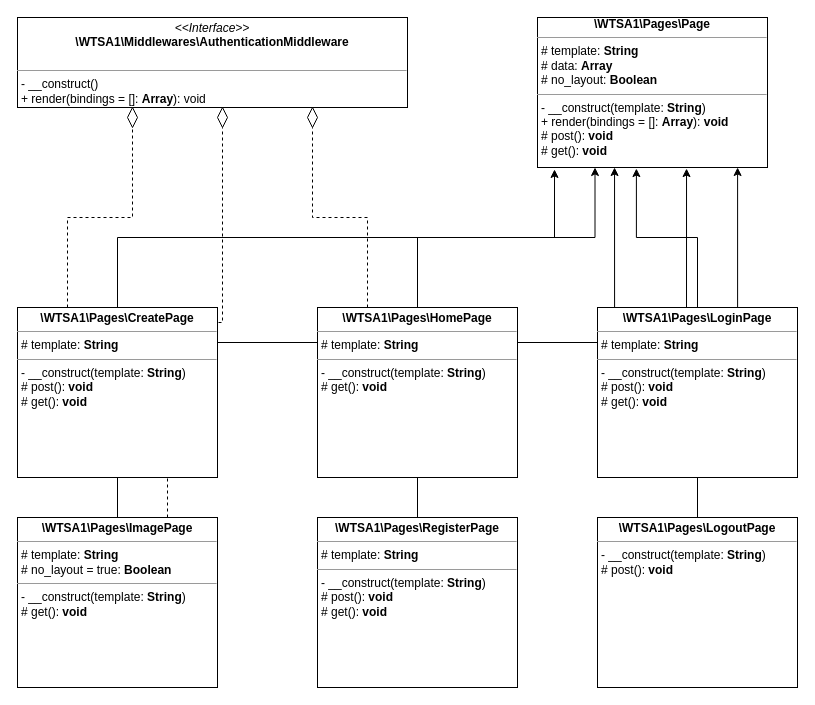
This is docs/assets/page_classes.drawio from IBZTI2018/TI3-WT-SA, a draw.io file, before an edit. Source tidied: cells renumbered, new cells numbered last; positions are measured from the earlier drawing's top-left corner, leaving out a move shared by most shapes. Both pictures are drawn from the tidied source at 100%, with x=0, y=0 at pixel (17, 17).
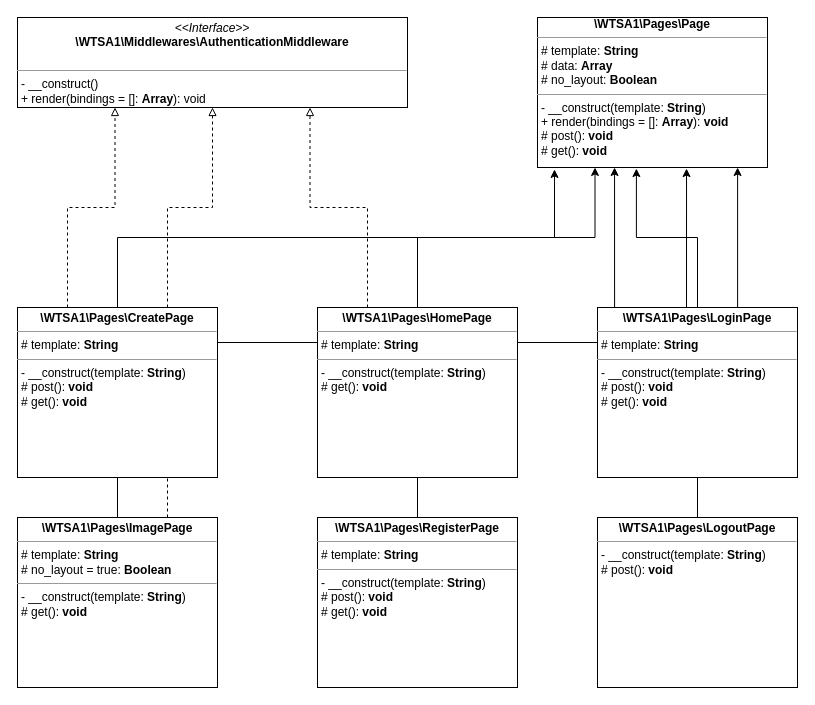
The same diagram, later.

Commit message (it also covers changes not shown here):
Update class diagramm

The change refers to these unchanged cells:
```xml
<mxCell id="6" value="&lt;p style=&quot;margin: 0px ; margin-top: 4px ; text-align: center&quot;&gt;&lt;i&gt;&amp;lt;&amp;lt;Interface&amp;gt;&amp;gt;&lt;/i&gt;&lt;br&gt;&lt;b&gt;\WTSA1\Middlewares\AuthenticationMiddleware&lt;/b&gt;&lt;/p&gt;&lt;p style=&quot;margin: 0px ; margin-left: 4px&quot;&gt;&lt;br&gt;&lt;/p&gt;&lt;hr size=&quot;1&quot;&gt;&lt;p style=&quot;margin: 0px ; margin-left: 4px&quot;&gt;- __construct()&lt;br&gt;+ render(bindings = []: &lt;b&gt;Array&lt;/b&gt;): void&lt;/p&gt;" style="verticalAlign=top;align=left;overflow=fill;fontSize=12;fontFamily=Helvetica;html=1;" parent="1" vertex="1">
  <mxGeometry width="390" height="90" as="geometry" />
</mxCell>
<mxCell id="10" value="&lt;p style=&quot;margin: 0px ; margin-top: 4px ; text-align: center&quot;&gt;&lt;span&gt;&lt;b&gt;\WTSA1\&lt;/b&gt;&lt;/span&gt;&lt;b&gt;Pages\CreatePage&lt;/b&gt;&lt;br&gt;&lt;/p&gt;&lt;hr size=&quot;1&quot;&gt;&lt;p style=&quot;margin: 0px ; margin-left: 4px&quot;&gt;# template: &lt;b&gt;String&lt;/b&gt;&lt;/p&gt;&lt;hr size=&quot;1&quot;&gt;&lt;p style=&quot;margin: 0px ; margin-left: 4px&quot;&gt;- __construct(template:&amp;nbsp;&lt;b&gt;String&lt;/b&gt;)&lt;br&gt;# post():&amp;nbsp;&lt;b&gt;void&lt;/b&gt;&lt;br&gt;# get():&amp;nbsp;&lt;b&gt;void&lt;/b&gt;&lt;br&gt;&lt;/p&gt;" style="verticalAlign=top;align=left;overflow=fill;fontSize=12;fontFamily=Helvetica;html=1;" parent="1" vertex="1">
  <mxGeometry y="290" width="200" height="170" as="geometry" />
</mxCell>
<mxCell id="13" value="&lt;p style=&quot;margin: 0px ; margin-top: 4px ; text-align: center&quot;&gt;&lt;span&gt;&lt;b&gt;\WTSA1\&lt;/b&gt;&lt;/span&gt;&lt;b&gt;Pages\HomePage&lt;/b&gt;&lt;br&gt;&lt;/p&gt;&lt;hr size=&quot;1&quot;&gt;&lt;p style=&quot;margin: 0px ; margin-left: 4px&quot;&gt;# template:&amp;nbsp;&lt;b&gt;String&lt;/b&gt;&lt;/p&gt;&lt;hr size=&quot;1&quot;&gt;&lt;p style=&quot;margin: 0px ; margin-left: 4px&quot;&gt;- __construct(template:&amp;nbsp;&lt;b&gt;String&lt;/b&gt;)&lt;br&gt;# get():&amp;nbsp;&lt;b&gt;void&lt;/b&gt;&lt;br&gt;&lt;/p&gt;" style="verticalAlign=top;align=left;overflow=fill;fontSize=12;fontFamily=Helvetica;html=1;" parent="1" vertex="1">
  <mxGeometry x="300" y="290" width="200" height="170" as="geometry" />
</mxCell>
<mxCell id="20" value="&lt;p style=&quot;margin: 0px ; margin-top: 4px ; text-align: center&quot;&gt;&lt;span&gt;&lt;b&gt;\WTSA1\&lt;/b&gt;&lt;/span&gt;&lt;b&gt;Pages\ImagePage&lt;/b&gt;&lt;br&gt;&lt;/p&gt;&lt;hr size=&quot;1&quot;&gt;&lt;p style=&quot;margin: 0px ; margin-left: 4px&quot;&gt;# template:&amp;nbsp;&lt;b&gt;String&lt;/b&gt;&lt;br&gt;# no_layout = true:&lt;b&gt; Boolean&lt;/b&gt;&lt;/p&gt;&lt;hr size=&quot;1&quot;&gt;&lt;p style=&quot;margin: 0px ; margin-left: 4px&quot;&gt;- __construct(template:&amp;nbsp;&lt;b&gt;String&lt;/b&gt;)&lt;br&gt;# get():&amp;nbsp;&lt;b&gt;void&lt;/b&gt;&lt;br&gt;&lt;/p&gt;" style="verticalAlign=top;align=left;overflow=fill;fontSize=12;fontFamily=Helvetica;html=1;" parent="1" vertex="1">
  <mxGeometry y="500" width="200" height="170" as="geometry" />
</mxCell>
```

The edit, as a diff of the source:
```diff
@@
-    <mxCell id="2" style="edgeStyle=orthogonalEdgeStyle;rounded=0;jettySize=auto;html=1;exitX=0.75;exitY=0;exitDx=0;exitDy=0;entryX=0.5;entryY=1;entryDx=0;entryDy=0;endArrow=none;endFill=0;dashed=1;" parent="1" edge="1" source="20" target="21">
-      <mxGeometry relative="1" as="geometry" />
+    <mxCell id="2" style="edgeStyle=orthogonalEdgeStyle;rounded=0;jettySize=auto;html=1;exitX=0.75;exitY=0;exitDx=0;exitDy=0;endArrow=block;endFill=0;dashed=1;" parent="1" edge="1" source="20" target="6">
+      <mxGeometry relative="1" as="geometry">
+        <Array as="points">
+          <mxPoint x="150" y="190" />
+          <mxPoint x="195" y="190" />
+        </Array>
+      </mxGeometry>
     </mxCell>
@@
-    <mxCell id="9" style="edgeStyle=orthogonalEdgeStyle;rounded=0;jettySize=auto;html=1;exitX=0.25;exitY=0;exitDx=0;exitDy=0;entryX=0.5;entryY=1;entryDx=0;entryDy=0;endArrow=none;endFill=0;dashed=1;" parent="1" edge="1" source="10" target="18">
+    <mxCell id="9" style="edgeStyle=orthogonalEdgeStyle;rounded=0;jettySize=auto;html=1;exitX=0.25;exitY=0;exitDx=0;exitDy=0;entryX=0.25;entryY=1;entryDx=0;entryDy=0;endArrow=block;endFill=0;dashed=1;startArrow=none;startFill=0;" parent="1" edge="1" source="10" target="6">
       <mxGeometry relative="1" as="geometry" />
     </mxCell>
@@
-    <mxCell id="12" style="edgeStyle=orthogonalEdgeStyle;rounded=0;jettySize=auto;html=1;exitX=0.25;exitY=0;exitDx=0;exitDy=0;entryX=0.5;entryY=1;entryDx=0;entryDy=0;dashed=1;endArrow=none;endFill=0;" parent="1" edge="1" source="13" target="19">
+    <mxCell id="12" style="edgeStyle=orthogonalEdgeStyle;rounded=0;jettySize=auto;html=1;exitX=0.25;exitY=0;exitDx=0;exitDy=0;entryX=0.75;entryY=1;entryDx=0;entryDy=0;dashed=1;endArrow=block;endFill=0;" parent="1" edge="1" source="13" target="6">
       <mxGeometry relative="1" as="geometry" />
     </mxCell>
@@
-    <mxCell id="18" style="rhombus;whiteSpace=wrap;html=1;" parent="1" vertex="1">
-      <mxGeometry x="110" y="90" width="10" height="20" as="geometry" />
-    </mxCell>
-    <mxCell id="19" style="rhombus;whiteSpace=wrap;html=1;" parent="1" vertex="1">
-      <mxGeometry x="290" y="90" width="10" height="20" as="geometry" />
-    </mxCell>
@@
-    <mxCell id="21" style="rhombus;whiteSpace=wrap;html=1;" parent="1" vertex="1">
-      <mxGeometry x="200" y="90" width="10" height="20" as="geometry" />
-    </mxCell>
```
